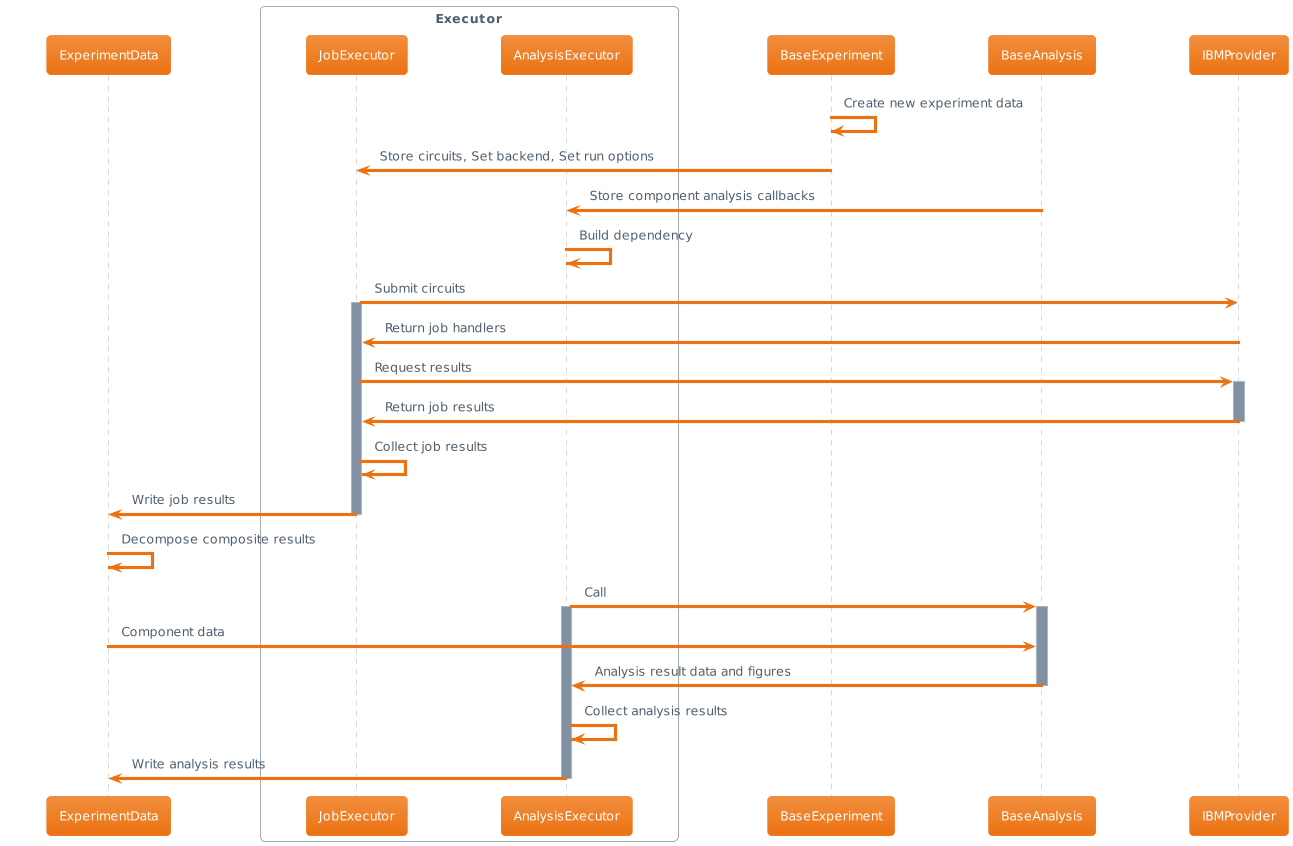
Qiskit/RFCs keeps this PlantUML diagram as 0000-overhaul-qiskit-experiments/seq_diagram_proposed.png. Above is the earlier version. Source of this version:
```plantuml
@startuml
!theme aws-orange
participant ExperimentData
box "Executor"
participant JobExecutor
participant AnalysisExecutor
end box
participant BaseExperiment
participant BaseAnalysis
participant IBMProvider

BaseExperiment -> BaseExperiment: Create new experiment data
BaseExperiment -> JobExecutor: Store circuits, Set backend, Set run options
BaseAnalysis -> AnalysisExecutor: Store component analysis callbacks
AnalysisExecutor -> AnalysisExecutor: Build dependency
JobExecutor -> IBMProvider: Submit circuits
activate JobExecutor
IBMProvider -> JobExecutor: Return job handlers
JobExecutor -> IBMProvider: Request results
activate IBMProvider
IBMProvider -> JobExecutor: Return job results
deactivate IBMProvider
JobExecutor -> JobExecutor: Collect job results
JobExecutor -> ExperimentData: Write job results
deactivate JobExecutor

ExperimentData -> ExperimentData: Decompose composite results

AnalysisExecutor -> BaseAnalysis: Call
activate AnalysisExecutor
activate BaseAnalysis
ExperimentData -> BaseAnalysis: Component data
BaseAnalysis -> AnalysisExecutor: Analysis result data and figures
deactivate BaseAnalysis
AnalysisExecutor -> AnalysisExecutor: Collect analysis results
AnalysisExecutor -> ExperimentData: Write analysis results
deactivate AnalysisExecutor
@enduml
```
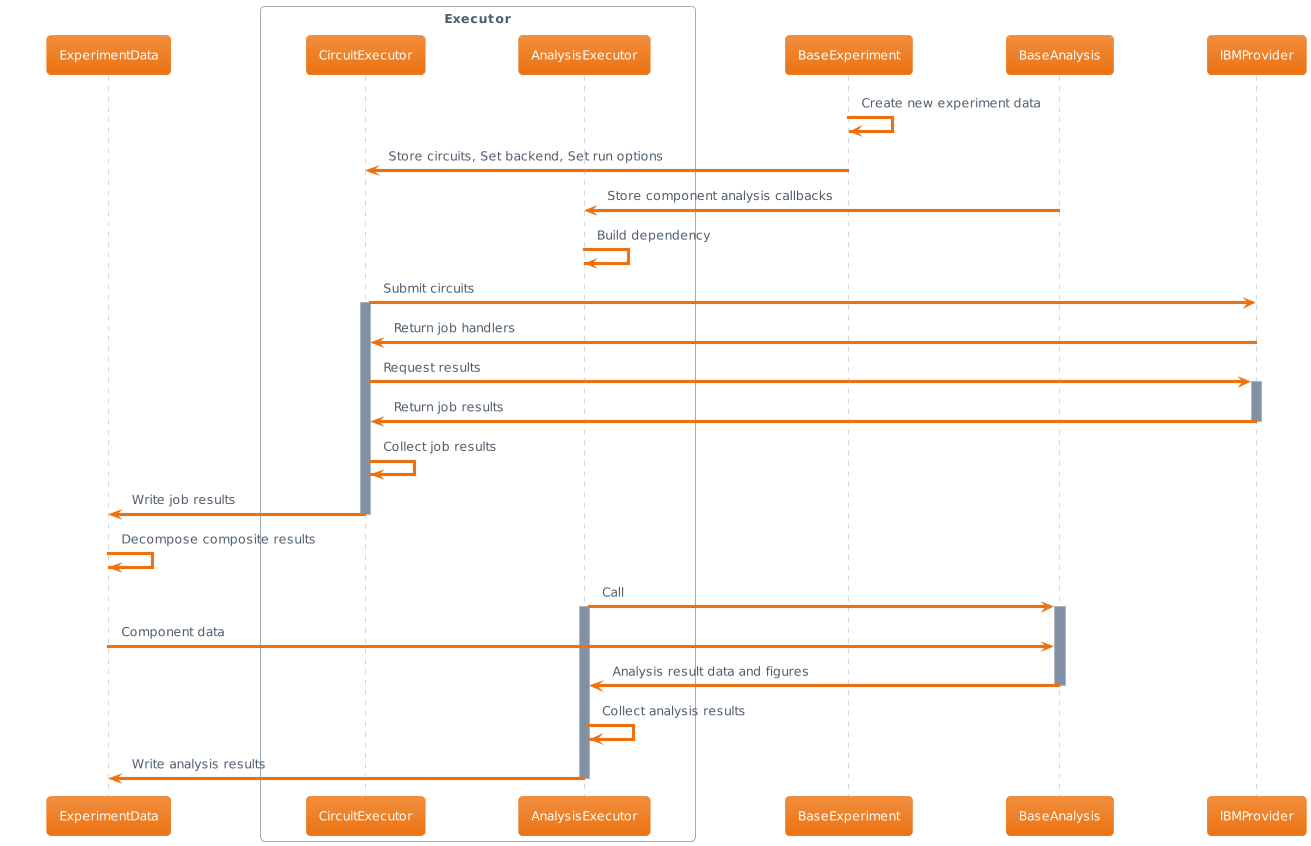
Later version of the same file.

Commit message:
Replace JobExecutor -> CircuitExecutor to avoid confusion

The edit, as a diff of the source:
```diff
@@ -2,7 +2,7 @@
 !theme aws-orange
 participant ExperimentData
 box "Executor"
-participant JobExecutor
+participant CircuitExecutor
 participant AnalysisExecutor
 end box
 participant BaseExperiment
@@ -10,19 +10,19 @@
 participant IBMProvider
 
 BaseExperiment -> BaseExperiment: Create new experiment data
-BaseExperiment -> JobExecutor: Store circuits, Set backend, Set run options
+BaseExperiment -> CircuitExecutor: Store circuits, Set backend, Set run options
 BaseAnalysis -> AnalysisExecutor: Store component analysis callbacks
 AnalysisExecutor -> AnalysisExecutor: Build dependency
-JobExecutor -> IBMProvider: Submit circuits
-activate JobExecutor
-IBMProvider -> JobExecutor: Return job handlers
-JobExecutor -> IBMProvider: Request results
+CircuitExecutor -> IBMProvider: Submit circuits
+activate CircuitExecutor
+IBMProvider -> CircuitExecutor: Return job handlers
+CircuitExecutor -> IBMProvider: Request results
 activate IBMProvider
-IBMProvider -> JobExecutor: Return job results
+IBMProvider -> CircuitExecutor: Return job results
 deactivate IBMProvider
-JobExecutor -> JobExecutor: Collect job results
-JobExecutor -> ExperimentData: Write job results
-deactivate JobExecutor
+CircuitExecutor -> CircuitExecutor: Collect job results
+CircuitExecutor -> ExperimentData: Write job results
+deactivate CircuitExecutor
 
 ExperimentData -> ExperimentData: Decompose composite results
 
```
